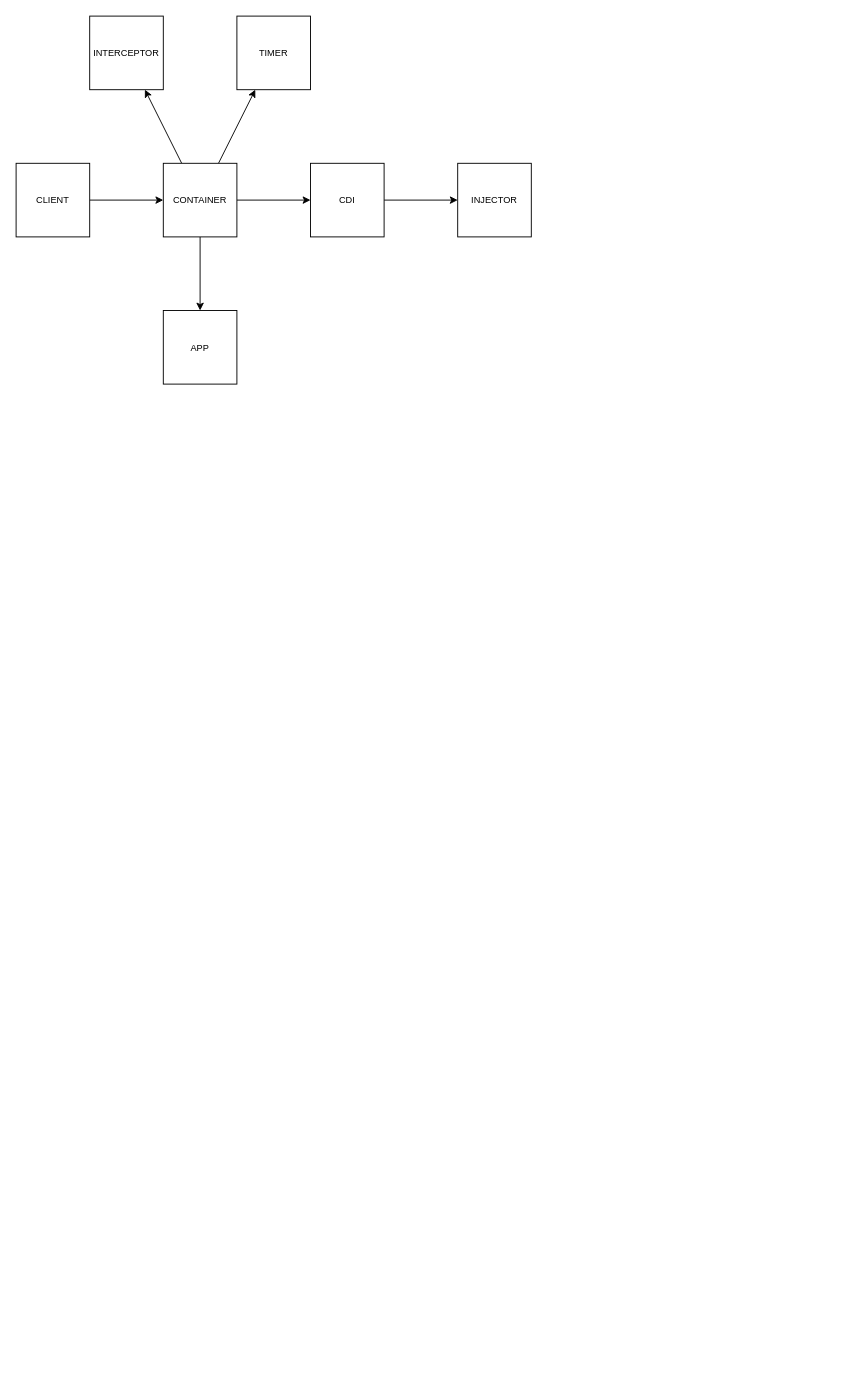
Before: page "Page-10" (10 of 10) of docs/container.drawio in js-lib-com/tiny-container, a draw.io diagram. Source tidied: cells renumbered, new cells numbered last; positions are measured from the earlier drawing's top-left corner, leaving out a move shared by most shapes. Both pictures are drawn from the tidied source at 92%, with x=0, y=0 at pixel (16, 16).
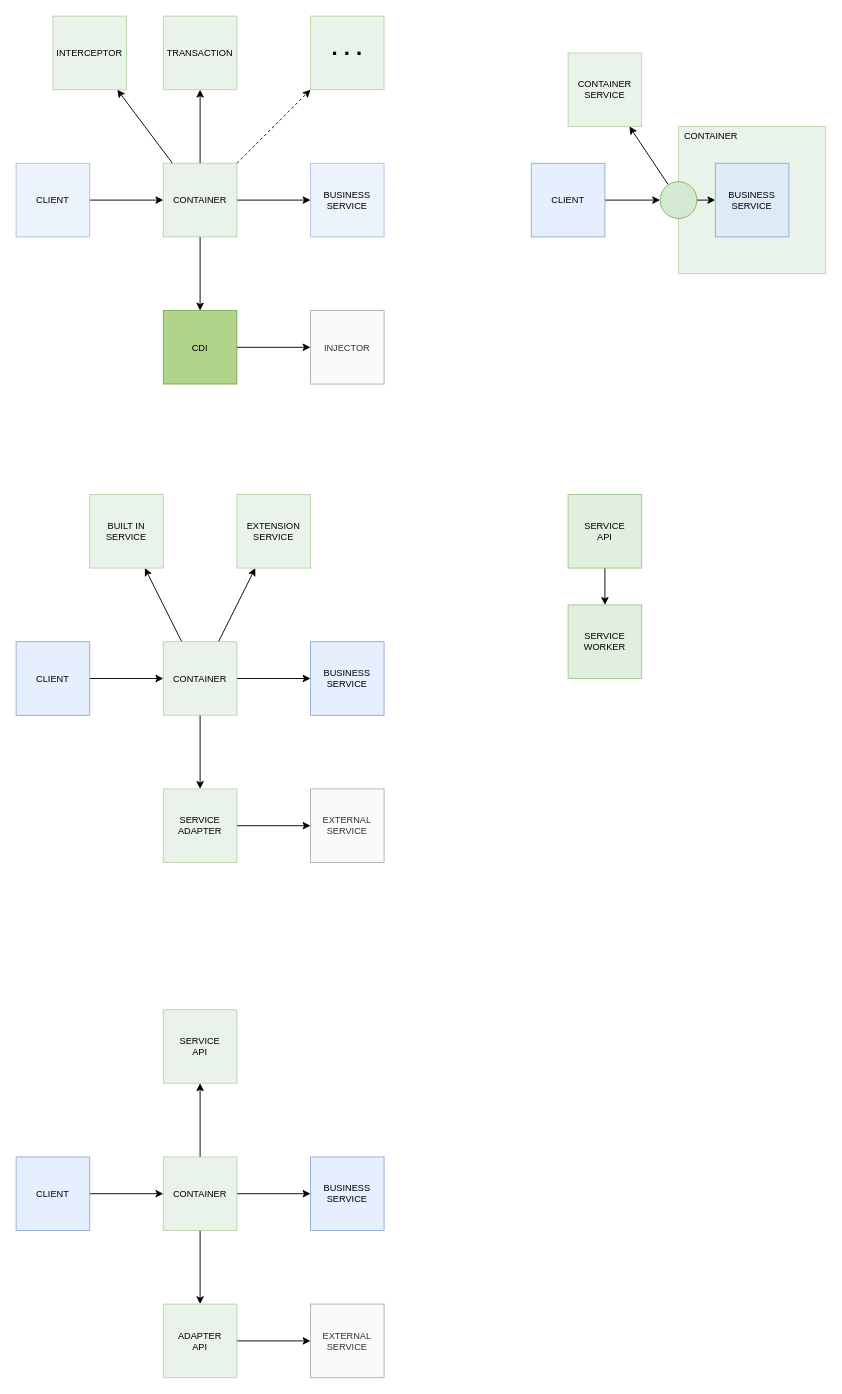
After the change.

Diff of the diagram source:
```diff
@@
+    <mxCell id="15" style="whiteSpace=wrap;html=1;fontSize=10;fillColor=#d5e8d4;strokeColor=#82b366;opacity=50;" parent="1" vertex="1">
+      <mxGeometry x="720" y="120" width="160" height="160" as="geometry" />
+    </mxCell>
@@
+    <mxCell id="16" style="edgeStyle=none;rounded=0;jettySize=auto;html=1;fontSize=24;dashed=1;" parent="1" edge="1" source="6" target="17">
+      <mxGeometry relative="1" as="geometry" />
+    </mxCell>
-    <mxCell id="6" value="CONTAINER" style="whiteSpace=wrap;html=1;fontSize=10;" parent="1" vertex="1">
+    <mxCell id="6" value="CONTAINER" style="whiteSpace=wrap;html=1;fontSize=10;fillColor=#d5e8d4;strokeColor=#82b366;opacity=50;" parent="1" vertex="1">
       <mxGeometry x="160" y="160" width="80" height="80" as="geometry" />
     </mxCell>
-    <mxCell id="7" value="APP" style="whiteSpace=wrap;html=1;fontSize=10;" parent="1" vertex="1">
-      <mxGeometry x="160" y="320" width="80" height="80" as="geometry" />
+    <mxCell id="7" value="BUSINESS&lt;br&gt;SERVICE" style="whiteSpace=wrap;html=1;fontSize=10;fillColor=#dae8fc;strokeColor=#6c8ebf;opacity=50;" parent="1" vertex="1">
+      <mxGeometry x="320" y="160" width="80" height="80" as="geometry" />
     </mxCell>
-    <mxCell id="8" value="INJECTOR" style="whiteSpace=wrap;html=1;fontSize=10;" parent="1" vertex="1">
-      <mxGeometry x="480" y="160" width="80" height="80" as="geometry" />
+    <mxCell id="8" value="INJECTOR" style="whiteSpace=wrap;html=1;fontSize=10;fillColor=#f5f5f5;strokeColor=#666666;fontColor=#333333;opacity=50;" parent="1" vertex="1">
+      <mxGeometry x="320" y="320" width="80" height="80" as="geometry" />
     </mxCell>
@@
-    <mxCell id="10" value="CDI" style="whiteSpace=wrap;html=1;fontSize=10;" parent="1" vertex="1">
-      <mxGeometry x="320" y="160" width="80" height="80" as="geometry" />
+    <mxCell id="10" value="CDI" style="whiteSpace=wrap;html=1;fontSize=10;fillColor=#60a917;strokeColor=#2D7600;fontColor=#000000;opacity=50;" parent="1" vertex="1">
+      <mxGeometry x="160" y="320" width="80" height="80" as="geometry" />
     </mxCell>
@@
-    <mxCell id="12" value="CLIENT" style="whiteSpace=wrap;html=1;fontSize=10;" parent="1" vertex="1">
+    <mxCell id="12" value="CLIENT" style="whiteSpace=wrap;html=1;fontSize=10;fillColor=#dae8fc;strokeColor=#6c8ebf;opacity=50;" parent="1" vertex="1">
       <mxGeometry y="160" width="80" height="80" as="geometry" />
     </mxCell>
-    <mxCell id="13" value="INTERCEPTOR" style="whiteSpace=wrap;html=1;fontSize=10;" parent="1" vertex="1">
-      <mxGeometry x="80" width="80" height="80" as="geometry" />
+    <mxCell id="13" value="INTERCEPTOR" style="whiteSpace=wrap;html=1;fontSize=10;fillColor=#d5e8d4;strokeColor=#82b366;opacity=50;" parent="1" vertex="1">
+      <mxGeometry x="40" width="80" height="80" as="geometry" />
     </mxCell>
-    <mxCell id="14" value="TIMER" style="whiteSpace=wrap;html=1;fontSize=10;" parent="1" vertex="1">
-      <mxGeometry x="240" width="80" height="80" as="geometry" />
+    <mxCell id="14" value="TRANSACTION" style="whiteSpace=wrap;html=1;fontSize=10;fillColor=#d5e8d4;strokeColor=#82b366;opacity=50;" parent="1" vertex="1">
+      <mxGeometry x="160" width="80" height="80" as="geometry" />
     </mxCell>
+    <mxCell id="17" value=". . ." style="whiteSpace=wrap;html=1;fontSize=24;strokeColor=#82b366;fillColor=#d5e8d4;fontStyle=1;spacing=0;verticalAlign=middle;spacingBottom=10;opacity=50;" parent="1" vertex="1">
+      <mxGeometry x="320" width="80" height="80" as="geometry" />
+    </mxCell>
+    <mxCell id="18" value="BUSINESS&lt;br&gt;SERVICE" style="whiteSpace=wrap;html=1;fontSize=10;fillColor=#dae8fc;strokeColor=#6c8ebf;opacity=70;" parent="1" vertex="1">
+      <mxGeometry x="760" y="160" width="80" height="80" as="geometry" />
+    </mxCell>
+    <mxCell id="19" value="CONTAINER" style="text;html=1;align=center;verticalAlign=middle;strokeColor=none;fillColor=none;fontSize=10;fontColor=#000000;" parent="1" vertex="1">
+      <mxGeometry x="720" y="120" width="70" height="20" as="geometry" />
+    </mxCell>
+    <mxCell id="20" style="edgeStyle=none;rounded=0;jettySize=auto;html=1;fontSize=10;fontColor=#000000;" parent="1" edge="1" source="22" target="18">
+      <mxGeometry relative="1" as="geometry" />
+    </mxCell>
+    <mxCell id="21" style="edgeStyle=none;rounded=0;jettySize=auto;html=1;fontSize=10;fontColor=#000000;" parent="1" edge="1" source="22" target="25">
+      <mxGeometry relative="1" as="geometry" />
+    </mxCell>
+    <mxCell id="22" style="ellipse;whiteSpace=wrap;html=1;fontSize=10;strokeColor=#82b366;verticalAlign=middle;fillColor=#d5e8d4;" parent="1" vertex="1">
+      <mxGeometry x="700" y="180" width="40" height="40" as="geometry" />
+    </mxCell>
+    <mxCell id="23" style="edgeStyle=none;rounded=0;jettySize=auto;html=1;fontSize=10;fontColor=#000000;" parent="1" edge="1" source="24" target="22">
+      <mxGeometry relative="1" as="geometry" />
+    </mxCell>
+    <mxCell id="24" value="CLIENT" style="whiteSpace=wrap;html=1;fontSize=10;fillColor=#dae8fc;strokeColor=#6c8ebf;opacity=70;" parent="1" vertex="1">
+      <mxGeometry x="560" y="160" width="80" height="80" as="geometry" />
+    </mxCell>
+    <mxCell id="25" value="CONTAINER&lt;br&gt;SERVICE" style="whiteSpace=wrap;html=1;fontSize=10;fillColor=#d5e8d4;strokeColor=#82b366;opacity=50;" parent="1" vertex="1">
+      <mxGeometry x="600" y="40" width="80" height="80" as="geometry" />
+    </mxCell>
+    <mxCell id="26" style="edgeStyle=orthogonalEdgeStyle;rounded=0;jettySize=auto;html=1;" parent="1" edge="1" source="30" target="34">
+      <mxGeometry relative="1" as="geometry" />
+    </mxCell>
+    <mxCell id="27" style="edgeStyle=orthogonalEdgeStyle;rounded=0;jettySize=auto;html=1;" parent="1" edge="1" source="30" target="31">
+      <mxGeometry relative="1" as="geometry" />
+    </mxCell>
+    <mxCell id="28" style="rounded=0;jettySize=auto;html=1;" parent="1" edge="1" source="30" target="37">
+      <mxGeometry relative="1" as="geometry" />
+    </mxCell>
+    <mxCell id="29" style="rounded=0;jettySize=auto;html=1;" parent="1" edge="1" source="30" target="38">
+      <mxGeometry relative="1" as="geometry" />
+    </mxCell>
+    <mxCell id="30" value="CONTAINER" style="whiteSpace=wrap;html=1;fontSize=10;fillColor=#d5e8d4;strokeColor=#82b366;opacity=50;" parent="1" vertex="1">
+      <mxGeometry x="160" y="680" width="80" height="80" as="geometry" />
+    </mxCell>
+    <mxCell id="31" value="BUSINESS&lt;br&gt;SERVICE" style="whiteSpace=wrap;html=1;fontSize=10;fillColor=#dae8fc;strokeColor=#6c8ebf;opacity=70;" parent="1" vertex="1">
+      <mxGeometry x="320" y="680" width="80" height="80" as="geometry" />
+    </mxCell>
+    <mxCell id="32" value="EXTERNAL&lt;br&gt;SERVICE" style="whiteSpace=wrap;html=1;fontSize=10;fillColor=#f5f5f5;strokeColor=#666666;fontColor=#333333;opacity=50;" parent="1" vertex="1">
+      <mxGeometry x="320" y="840" width="80" height="80" as="geometry" />
+    </mxCell>
+    <mxCell id="33" style="edgeStyle=orthogonalEdgeStyle;rounded=0;jettySize=auto;html=1;" parent="1" edge="1" source="34" target="32">
+      <mxGeometry relative="1" as="geometry" />
+    </mxCell>
+    <mxCell id="34" value="SERVICE&lt;br&gt;ADAPTER" style="whiteSpace=wrap;html=1;fontSize=10;fillColor=#d5e8d4;strokeColor=#82b366;opacity=50;" parent="1" vertex="1">
+      <mxGeometry x="160" y="840" width="80" height="80" as="geometry" />
+    </mxCell>
+    <mxCell id="35" style="edgeStyle=orthogonalEdgeStyle;rounded=0;jettySize=auto;html=1;" parent="1" edge="1" source="36" target="30">
+      <mxGeometry relative="1" as="geometry" />
+    </mxCell>
+    <mxCell id="36" value="CLIENT" style="whiteSpace=wrap;html=1;fontSize=10;fillColor=#dae8fc;strokeColor=#6c8ebf;opacity=70;" parent="1" vertex="1">
+      <mxGeometry y="680" width="80" height="80" as="geometry" />
+    </mxCell>
+    <mxCell id="37" value="BUILT IN&lt;br&gt;SERVICE" style="whiteSpace=wrap;html=1;fontSize=10;fillColor=#d5e8d4;strokeColor=#82b366;opacity=50;" parent="1" vertex="1">
+      <mxGeometry x="80" y="520" width="80" height="80" as="geometry" />
+    </mxCell>
+    <mxCell id="38" value="EXTENSION&lt;br&gt;SERVICE" style="whiteSpace=wrap;html=1;fontSize=10;fillColor=#d5e8d4;strokeColor=#82b366;opacity=50;" parent="1" vertex="1">
+      <mxGeometry x="240" y="520" width="80" height="80" as="geometry" />
+    </mxCell>
+    <mxCell id="39" style="edgeStyle=none;rounded=0;jettySize=auto;html=1;fontSize=10;fontColor=#000000;" parent="1" edge="1" source="40" target="41">
+      <mxGeometry relative="1" as="geometry" />
+    </mxCell>
+    <mxCell id="40" value="SERVICE&lt;br&gt;API" style="whiteSpace=wrap;html=1;fontSize=10;strokeColor=#82b366;verticalAlign=middle;opacity=70;fillColor=#d5e8d4;" parent="1" vertex="1">
+      <mxGeometry x="600" y="520" width="80" height="80" as="geometry" />
+    </mxCell>
+    <mxCell id="41" value="SERVICE&lt;br&gt;WORKER" style="whiteSpace=wrap;html=1;fontSize=10;strokeColor=#82b366;verticalAlign=middle;opacity=70;fillColor=#d5e8d4;" parent="1" vertex="1">
+      <mxGeometry x="600" y="640" width="80" height="80" as="geometry" />
+    </mxCell>
+    <mxCell id="42" style="edgeStyle=orthogonalEdgeStyle;rounded=0;jettySize=auto;html=1;" parent="1" edge="1" source="45" target="49">
+      <mxGeometry relative="1" as="geometry" />
+    </mxCell>
+    <mxCell id="43" style="edgeStyle=orthogonalEdgeStyle;rounded=0;jettySize=auto;html=1;" parent="1" edge="1" source="45" target="46">
+      <mxGeometry relative="1" as="geometry" />
+    </mxCell>
+    <mxCell id="44" style="rounded=0;jettySize=auto;html=1;" parent="1" edge="1" source="45" target="52">
+      <mxGeometry relative="1" as="geometry" />
+    </mxCell>
+    <mxCell id="45" value="CONTAINER" style="whiteSpace=wrap;html=1;fontSize=10;fillColor=#d5e8d4;strokeColor=#82b366;opacity=50;" parent="1" vertex="1">
+      <mxGeometry x="160" y="1240" width="80" height="80" as="geometry" />
+    </mxCell>
+    <mxCell id="46" value="BUSINESS&lt;br&gt;SERVICE" style="whiteSpace=wrap;html=1;fontSize=10;fillColor=#dae8fc;strokeColor=#6c8ebf;opacity=70;" parent="1" vertex="1">
+      <mxGeometry x="320" y="1240" width="80" height="80" as="geometry" />
+    </mxCell>
+    <mxCell id="47" value="EXTERNAL&lt;br&gt;SERVICE" style="whiteSpace=wrap;html=1;fontSize=10;fillColor=#f5f5f5;strokeColor=#666666;fontColor=#333333;opacity=50;" parent="1" vertex="1">
+      <mxGeometry x="320" y="1400" width="80" height="80" as="geometry" />
+    </mxCell>
+    <mxCell id="48" style="edgeStyle=orthogonalEdgeStyle;rounded=0;jettySize=auto;html=1;" parent="1" edge="1" source="49" target="47">
+      <mxGeometry relative="1" as="geometry" />
+    </mxCell>
+    <mxCell id="49" value="ADAPTER&lt;br&gt;API" style="whiteSpace=wrap;html=1;fontSize=10;fillColor=#d5e8d4;strokeColor=#82b366;opacity=50;" parent="1" vertex="1">
+      <mxGeometry x="160" y="1400" width="80" height="80" as="geometry" />
+    </mxCell>
+    <mxCell id="50" style="edgeStyle=orthogonalEdgeStyle;rounded=0;jettySize=auto;html=1;" parent="1" edge="1" source="51" target="45">
+      <mxGeometry relative="1" as="geometry" />
+    </mxCell>
+    <mxCell id="51" value="CLIENT" style="whiteSpace=wrap;html=1;fontSize=10;fillColor=#dae8fc;strokeColor=#6c8ebf;opacity=70;" parent="1" vertex="1">
+      <mxGeometry y="1240" width="80" height="80" as="geometry" />
+    </mxCell>
+    <mxCell id="52" value="SERVICE&lt;br&gt;API" style="whiteSpace=wrap;html=1;fontSize=10;fillColor=#d5e8d4;strokeColor=#82b366;opacity=50;" parent="1" vertex="1">
+      <mxGeometry x="160" y="1080" width="80" height="80" as="geometry" />
+    </mxCell>
```
